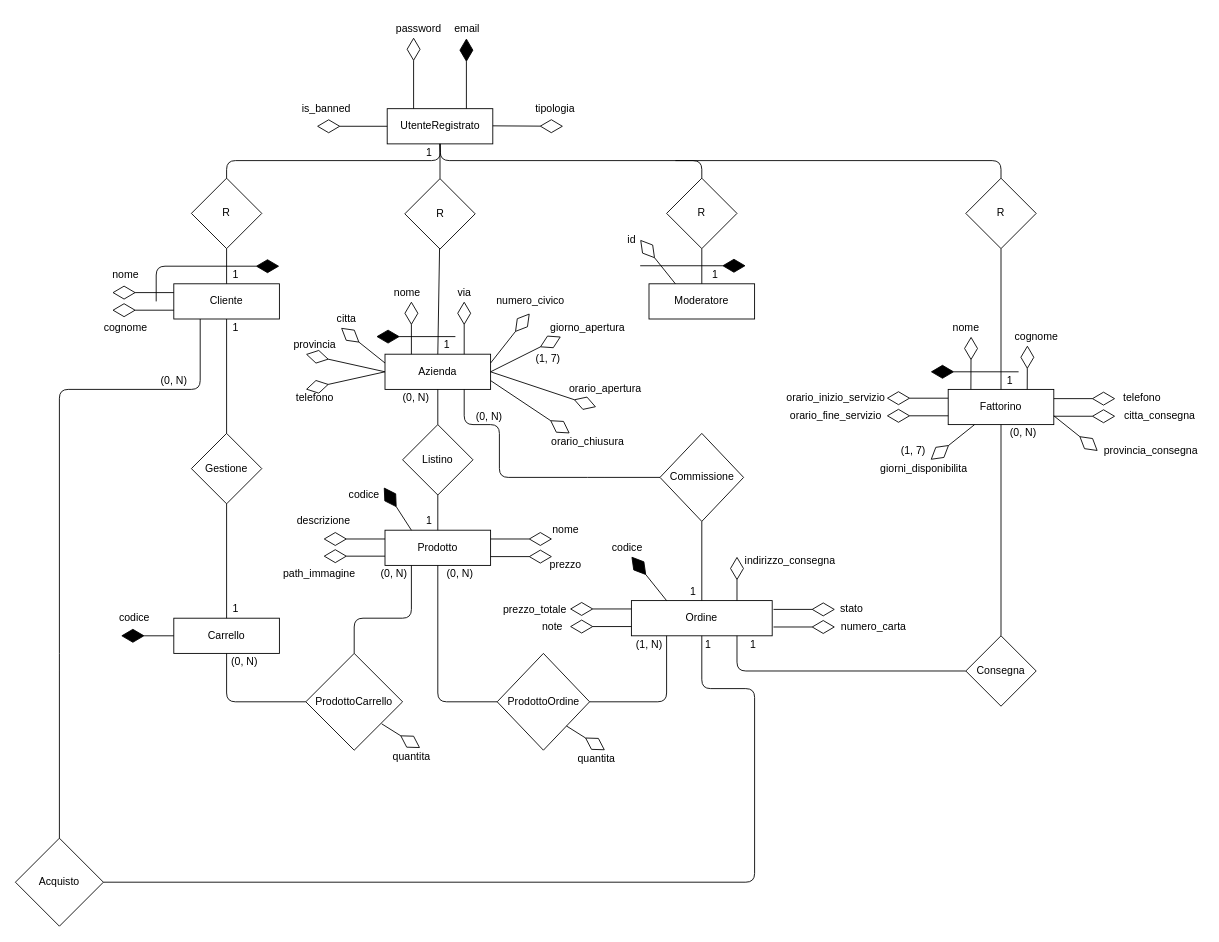
Earlier version of the draw.io diagram Documents/Sys - Drawio/diagramma ER.drawio (frekkanzer2/Eat-Reorder). Source tidied: cells renumbered, new cells numbered last; positions are measured from the earlier drawing's top-left corner, leaving out a move shared by most shapes. Both pictures are drawn from the tidied source at 88%, with x=0, y=0 at pixel (15, 19).
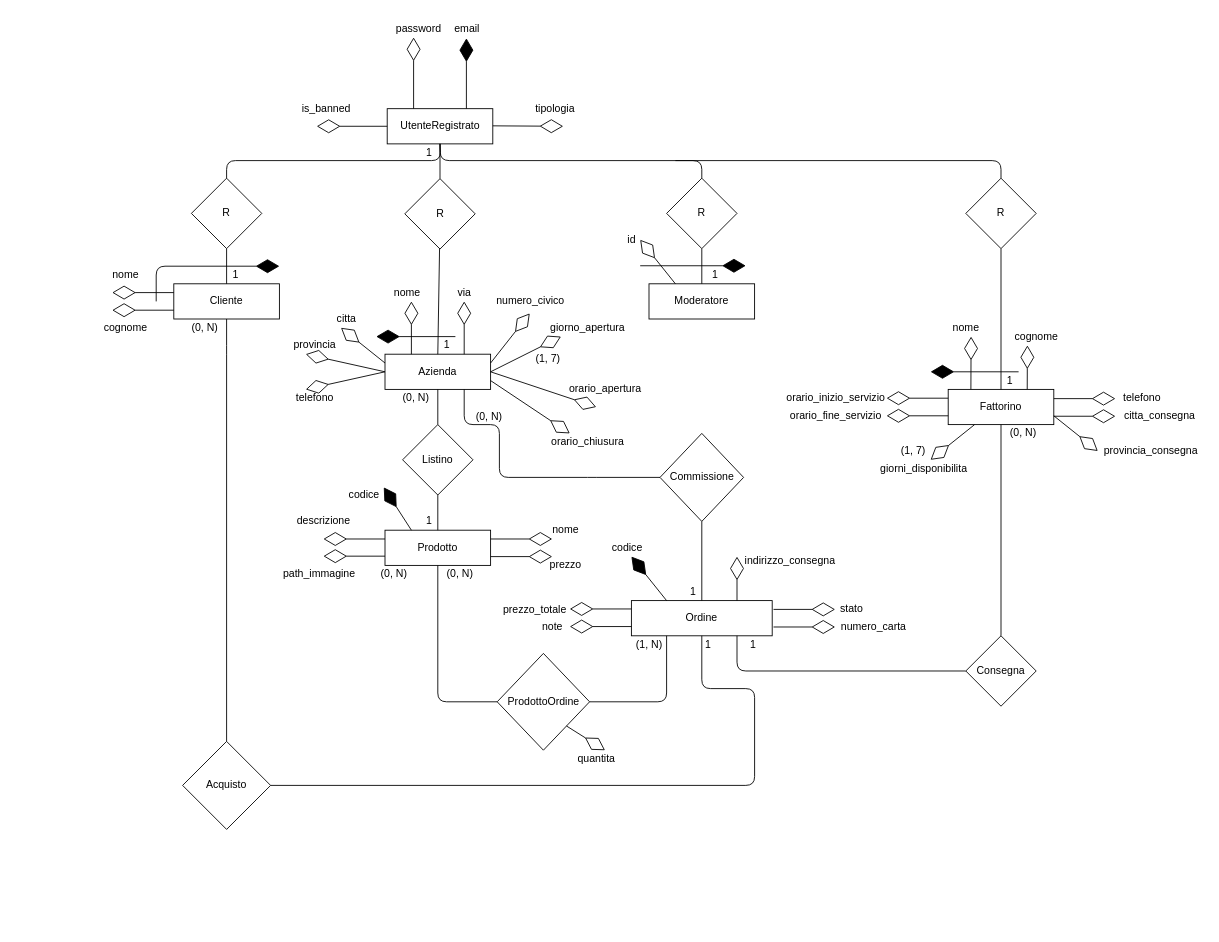
After the change.

Unchanged cells that the change refers to:
```xml
<mxCell id="3" value="Cliente" style="rounded=0;whiteSpace=wrap;html=1;" parent="1" vertex="1">
  <mxGeometry x="180" y="300" width="120" height="40" as="geometry" />
</mxCell>
<mxCell id="40" value="Prodotto" style="rounded=0;whiteSpace=wrap;html=1;" parent="1" vertex="1">
  <mxGeometry x="420" y="580" width="120" height="40" as="geometry" />
</mxCell>
<mxCell id="41" value="Ordine" style="rounded=0;whiteSpace=wrap;html=1;" parent="1" vertex="1">
  <mxGeometry x="700" y="660" width="160" height="40" as="geometry" />
</mxCell>
```

Change to the diagram source:
```diff
@@
-    <mxCell id="7" value="Gestione" style="rhombus;whiteSpace=wrap;html=1;" parent="1" vertex="1">
-      <mxGeometry x="200" y="470" width="80" height="80" as="geometry" />
-    </mxCell>
-    <mxCell id="8" value="Carrello" style="rounded=0;whiteSpace=wrap;html=1;" parent="1" vertex="1">
-      <mxGeometry x="180" y="680" width="120" height="40" as="geometry" />
-    </mxCell>
-    <mxCell id="9" style="endArrow=none;html=1;entryX=0.5;entryY=1;entryDx=0;entryDy=0;exitX=0.5;exitY=0;exitDx=0;exitDy=0;" parent="1" edge="1" source="7" target="3">
-      <mxGeometry relative="1" as="geometry" />
-    </mxCell>
-    <mxCell id="10" style="endArrow=none;html=1;entryX=0.5;entryY=1;entryDx=0;entryDy=0;exitX=0.5;exitY=0;exitDx=0;exitDy=0;" parent="1" edge="1" source="8" target="7">
-      <mxGeometry relative="1" as="geometry">
-        <Array as="points">
-          <mxPoint x="240" y="680" />
-        </Array>
-      </mxGeometry>
-    </mxCell>
@@
-    <mxCell id="19" value="1&lt;br&gt;" style="text;html=1;align=center;verticalAlign=middle;" parent="1" vertex="1">
-      <mxGeometry x="240" y="340" width="20" height="20" as="geometry" />
-    </mxCell>
-    <mxCell id="20" value="1&lt;br&gt;" style="text;html=1;align=center;verticalAlign=middle;" parent="1" vertex="1">
-      <mxGeometry x="240" y="660" width="20" height="20" as="geometry" />
-    </mxCell>
@@
-    <mxCell id="56" style="endArrow=diamondThin;endFill=1;endSize=24;html=1;exitX=0;exitY=0.5;exitDx=0;exitDy=0;" parent="1" edge="1" source="8">
-      <mxGeometry relative="1" as="geometry">
-        <mxPoint x="120" y="700" as="targetPoint" />
-      </mxGeometry>
-    </mxCell>
-    <mxCell id="57" value="codice" style="text;html=1;align=center;verticalAlign=middle;" parent="1" vertex="1">
-      <mxGeometry x="110" y="670" width="50" height="20" as="geometry" />
-    </mxCell>
-    <mxCell id="58" value="ProdottoCarrello" style="rhombus;whiteSpace=wrap;html=1;" parent="1" vertex="1">
-      <mxGeometry x="330" y="720" width="110" height="110" as="geometry" />
-    </mxCell>
-    <mxCell id="59" style="endArrow=none;html=1;exitX=0;exitY=0.5;exitDx=0;exitDy=0;entryX=0.5;entryY=1;entryDx=0;entryDy=0;" parent="1" edge="1" source="58" target="8">
-      <mxGeometry relative="1" as="geometry">
-        <Array as="points">
-          <mxPoint x="240" y="775" />
-        </Array>
-      </mxGeometry>
-    </mxCell>
-    <mxCell id="60" style="endArrow=none;html=1;exitX=0.5;exitY=0;exitDx=0;exitDy=0;entryX=0.25;entryY=1;entryDx=0;entryDy=0;" parent="1" edge="1" source="58" target="40">
-      <mxGeometry relative="1" as="geometry">
-        <Array as="points">
-          <mxPoint x="385" y="680" />
-          <mxPoint x="450" y="680" />
-        </Array>
-      </mxGeometry>
-    </mxCell>
-    <mxCell id="61" value="(0, N)" style="text;html=1;align=center;verticalAlign=middle;" parent="1" vertex="1">
-      <mxGeometry x="235" y="720" width="50" height="20" as="geometry" />
-    </mxCell>
@@
     <mxCell id="133" value="Acquisto" style="rhombus;whiteSpace=wrap;html=1;" parent="1" vertex="1">
-      <mxGeometry y="930" width="100" height="100" as="geometry" />
+      <mxGeometry x="190" y="820" width="100" height="100" as="geometry" />
     </mxCell>
-    <mxCell id="134" style="endArrow=none;html=1;entryX=0.25;entryY=1;entryDx=0;entryDy=0;exitX=0.5;exitY=0;exitDx=0;exitDy=0;" parent="1" edge="1" source="133" target="3">
+    <mxCell id="134" style="endArrow=none;html=1;entryX=0.5;entryY=1;entryDx=0;entryDy=0;exitX=0.5;exitY=0;exitDx=0;exitDy=0;" parent="1" edge="1" source="133" target="3">
       <mxGeometry relative="1" as="geometry">
         <Array as="points">
-          <mxPoint x="50" y="730" />
-          <mxPoint x="50" y="420" />
-          <mxPoint x="210" y="420" />
+          <mxPoint x="240" y="380" />
         </Array>
       </mxGeometry>
     </mxCell>
     <mxCell id="135" value="(0, N)" style="text;html=1;align=center;verticalAlign=middle;" parent="1" vertex="1">
-      <mxGeometry x="155" y="400" width="50" height="20" as="geometry" />
+      <mxGeometry x="190" y="340" width="50" height="20" as="geometry" />
     </mxCell>
     <mxCell id="136" style="endArrow=none;html=1;exitX=1;exitY=0.5;exitDx=0;exitDy=0;entryX=0.5;entryY=1;entryDx=0;entryDy=0;" parent="1" edge="1" source="133" target="41">
       <mxGeometry relative="1" as="geometry">
         <Array as="points">
-          <mxPoint x="840" y="980" />
+          <mxPoint x="840" y="870" />
           <mxPoint x="840" y="760" />
           <mxPoint x="780" y="760" />
         </Array>
       </mxGeometry>
     </mxCell>
@@
-    <mxCell id="140" style="endArrow=diamondThin;endFill=0;endSize=24;html=1;exitX=1;exitY=1;exitDx=0;exitDy=0;" parent="1" edge="1">
-      <mxGeometry relative="1" as="geometry">
-        <mxPoint x="416.2" y="800" as="sourcePoint" />
-        <mxPoint x="460" y="827.5" as="targetPoint" />
-      </mxGeometry>
-    </mxCell>
-    <mxCell id="141" value="quantita" style="text;html=1;align=center;verticalAlign=middle;" parent="1" vertex="1">
-      <mxGeometry x="420" y="827.5" width="60" height="20" as="geometry" />
-    </mxCell>
```
